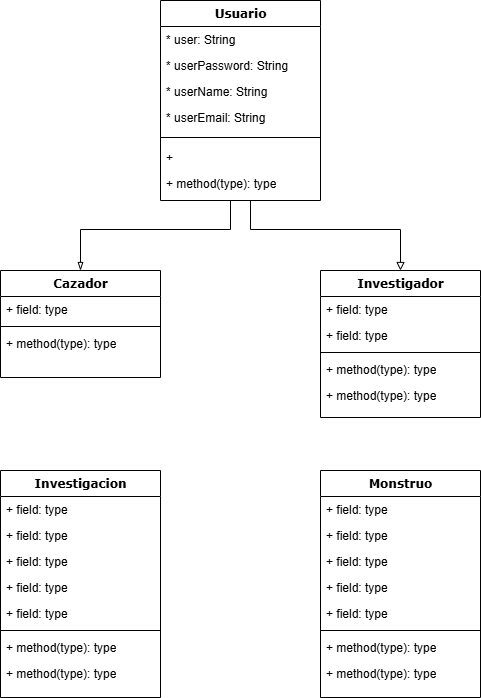
Earlier version of the draw.io export images/diagrama-de-clases.drawio.png (eduardosmoralesglez/diario-del-cazador-mhw). Source tidied: cells renumbered, new cells last; positions are measured from the earlier drawing's top-left corner, leaving out a move shared by most shapes.
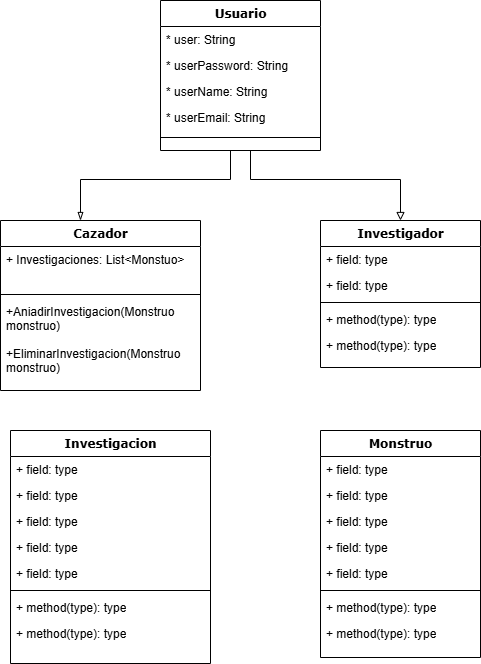
The same diagram one commit later.

What changed in the source:
```diff
@@ -19,7 +19,7 @@
       </mxGeometry>
     </mxCell>
     <mxCell id="4" value="Usuario" style="swimlane;html=1;fontStyle=1;align=center;verticalAlign=top;horizontal=1;startSize=26;swimlaneFillColor=#ffffff;rounded=0;shadow=0;comic=0;labelBackgroundColor=none;strokeWidth=1;fillColor=none;fontFamily=Verdana;fontSize=12;" parent="1" vertex="1">
-      <mxGeometry x="160" width="160" height="200" as="geometry" />
+      <mxGeometry x="160" y="50" width="160" height="150" as="geometry" />
     </mxCell>
     <mxCell id="5" value="* user: String" style="text;html=1;strokeColor=none;fillColor=none;align=left;verticalAlign=top;spacingLeft=4;spacingRight=4;whiteSpace=wrap;overflow=hidden;" parent="4" vertex="1">
       <mxGeometry y="26" width="160" height="26" as="geometry" />
@@ -36,24 +36,21 @@
     <mxCell id="9" style="line;html=1;strokeWidth=1;fillColor=none;align=left;verticalAlign=middle;spacingTop=-1;spacingLeft=3;spacingRight=3;labelPosition=right;" parent="4" vertex="1">
       <mxGeometry y="130" width="160" height="14" as="geometry" />
     </mxCell>
-    <mxCell id="10" value="+&amp;nbsp;" style="text;html=1;strokeColor=none;fillColor=none;align=left;verticalAlign=top;spacingLeft=4;spacingRight=4;whiteSpace=wrap;overflow=hidden;" parent="4" vertex="1">
-      <mxGeometry y="144" width="160" height="26" as="geometry" />
-    </mxCell>
-    <mxCell id="11" value="+ method(type): type" style="text;html=1;strokeColor=none;fillColor=none;align=left;verticalAlign=top;spacingLeft=4;spacingRight=4;whiteSpace=wrap;overflow=hidden;" parent="4" vertex="1">
-      <mxGeometry y="170" width="160" height="26" as="geometry" />
-    </mxCell>
     <mxCell id="12" value="Cazador" style="swimlane;html=1;fontStyle=1;align=center;verticalAlign=top;horizontal=1;startSize=26;swimlaneFillColor=#ffffff;rounded=0;shadow=0;comic=0;labelBackgroundColor=none;strokeWidth=1;fillColor=none;fontFamily=Verdana;fontSize=12;" parent="1" vertex="1">
-      <mxGeometry y="270" width="160" height="107" as="geometry" />
+      <mxGeometry y="270" width="200" height="170" as="geometry" />
     </mxCell>
-    <mxCell id="13" value="+ field: type" style="text;html=1;strokeColor=none;fillColor=none;align=left;verticalAlign=top;spacingLeft=4;spacingRight=4;whiteSpace=wrap;overflow=hidden;" parent="12" vertex="1">
-      <mxGeometry y="26" width="160" height="26" as="geometry" />
+    <mxCell id="13" value="+ Investigaciones: List&amp;lt;Monstuo&amp;gt;" style="text;html=1;strokeColor=none;fillColor=none;align=left;verticalAlign=top;spacingLeft=4;spacingRight=4;whiteSpace=wrap;overflow=hidden;" parent="12" vertex="1">
+      <mxGeometry y="26" width="200" height="44" as="geometry" />
     </mxCell>
     <mxCell id="14" style="line;html=1;strokeWidth=1;fillColor=none;align=left;verticalAlign=middle;spacingTop=-1;spacingLeft=3;spacingRight=3;labelPosition=right;" parent="12" vertex="1">
-      <mxGeometry y="52" width="160" height="8" as="geometry" />
+      <mxGeometry y="70" width="200" height="8" as="geometry" />
     </mxCell>
-    <mxCell id="15" value="+ method(type): type" style="text;html=1;strokeColor=none;fillColor=none;align=left;verticalAlign=top;spacingLeft=4;spacingRight=4;whiteSpace=wrap;overflow=hidden;" parent="12" vertex="1">
-      <mxGeometry y="60" width="160" height="26" as="geometry" />
+    <mxCell id="15" value="+AniadirInvestigacion(Monstruo monstruo)" style="text;html=1;strokeColor=none;fillColor=none;align=left;verticalAlign=top;spacingLeft=4;spacingRight=4;whiteSpace=wrap;overflow=hidden;" parent="12" vertex="1">
+      <mxGeometry y="78" width="200" height="42" as="geometry" />
     </mxCell>
+    <mxCell id="40" value="+EliminarInvestigacion(Monstruo monstruo)" style="text;html=1;strokeColor=none;fillColor=none;align=left;verticalAlign=top;spacingLeft=4;spacingRight=4;whiteSpace=wrap;overflow=hidden;" parent="12" vertex="1">
+      <mxGeometry y="120" width="200" height="42" as="geometry" />
+    </mxCell>
     <mxCell id="16" value="Investigador" style="swimlane;html=1;fontStyle=1;align=center;verticalAlign=top;horizontal=1;startSize=26;swimlaneFillColor=#ffffff;rounded=0;shadow=0;comic=0;labelBackgroundColor=none;strokeWidth=1;fillColor=none;fontFamily=Verdana;fontSize=12;" parent="1" vertex="1">
       <mxGeometry x="320" y="270" width="160" height="147" as="geometry" />
     </mxCell>
@@ -73,34 +70,34 @@
       <mxGeometry y="112" width="160" height="26" as="geometry" />
     </mxCell>
     <mxCell id="22" value="Investigacion" style="swimlane;html=1;fontStyle=1;align=center;verticalAlign=top;horizontal=1;startSize=26;swimlaneFillColor=#ffffff;rounded=0;shadow=0;comic=0;labelBackgroundColor=none;strokeWidth=1;fillColor=none;fontFamily=Verdana;fontSize=12;" parent="1" vertex="1">
-      <mxGeometry y="470" width="160" height="227" as="geometry" />
+      <mxGeometry x="10" y="480" width="200" height="233" as="geometry" />
     </mxCell>
     <mxCell id="23" value="+ field: type" style="text;html=1;strokeColor=none;fillColor=none;align=left;verticalAlign=top;spacingLeft=4;spacingRight=4;whiteSpace=wrap;overflow=hidden;" parent="22" vertex="1">
-      <mxGeometry y="26" width="160" height="26" as="geometry" />
+      <mxGeometry y="26" width="200" height="26" as="geometry" />
     </mxCell>
     <mxCell id="24" value="+ field: type" style="text;html=1;strokeColor=none;fillColor=none;align=left;verticalAlign=top;spacingLeft=4;spacingRight=4;whiteSpace=wrap;overflow=hidden;" parent="22" vertex="1">
-      <mxGeometry y="52" width="160" height="26" as="geometry" />
+      <mxGeometry y="52" width="200" height="26" as="geometry" />
     </mxCell>
     <mxCell id="25" value="+ field: type" style="text;html=1;strokeColor=none;fillColor=none;align=left;verticalAlign=top;spacingLeft=4;spacingRight=4;whiteSpace=wrap;overflow=hidden;" parent="22" vertex="1">
-      <mxGeometry y="78" width="160" height="26" as="geometry" />
+      <mxGeometry y="78" width="200" height="26" as="geometry" />
     </mxCell>
     <mxCell id="26" value="+ field: type" style="text;html=1;strokeColor=none;fillColor=none;align=left;verticalAlign=top;spacingLeft=4;spacingRight=4;whiteSpace=wrap;overflow=hidden;" parent="22" vertex="1">
-      <mxGeometry y="104" width="160" height="26" as="geometry" />
+      <mxGeometry y="104" width="200" height="26" as="geometry" />
     </mxCell>
     <mxCell id="27" value="+ field: type" style="text;html=1;strokeColor=none;fillColor=none;align=left;verticalAlign=top;spacingLeft=4;spacingRight=4;whiteSpace=wrap;overflow=hidden;" parent="22" vertex="1">
-      <mxGeometry y="130" width="160" height="26" as="geometry" />
+      <mxGeometry y="130" width="200" height="26" as="geometry" />
     </mxCell>
     <mxCell id="28" style="line;html=1;strokeWidth=1;fillColor=none;align=left;verticalAlign=middle;spacingTop=-1;spacingLeft=3;spacingRight=3;labelPosition=right;" parent="22" vertex="1">
-      <mxGeometry y="156" width="160" height="8" as="geometry" />
+      <mxGeometry y="156" width="200" height="8" as="geometry" />
     </mxCell>
     <mxCell id="29" value="+ method(type): type" style="text;html=1;strokeColor=none;fillColor=none;align=left;verticalAlign=top;spacingLeft=4;spacingRight=4;whiteSpace=wrap;overflow=hidden;" parent="22" vertex="1">
-      <mxGeometry y="164" width="160" height="26" as="geometry" />
+      <mxGeometry y="164" width="200" height="26" as="geometry" />
     </mxCell>
     <mxCell id="30" value="+ method(type): type" style="text;html=1;strokeColor=none;fillColor=none;align=left;verticalAlign=top;spacingLeft=4;spacingRight=4;whiteSpace=wrap;overflow=hidden;" parent="22" vertex="1">
-      <mxGeometry y="190" width="160" height="26" as="geometry" />
+      <mxGeometry y="190" width="200" height="26" as="geometry" />
     </mxCell>
     <mxCell id="31" value="Monstruo" style="swimlane;html=1;fontStyle=1;align=center;verticalAlign=top;horizontal=1;startSize=26;swimlaneFillColor=#ffffff;rounded=0;shadow=0;comic=0;labelBackgroundColor=none;strokeWidth=1;fillColor=none;fontFamily=Verdana;fontSize=12;" parent="1" vertex="1">
-      <mxGeometry x="320" y="470" width="160" height="227" as="geometry" />
+      <mxGeometry x="320" y="480" width="160" height="227" as="geometry" />
     </mxCell>
     <mxCell id="32" value="+ field: type" style="text;html=1;strokeColor=none;fillColor=none;align=left;verticalAlign=top;spacingLeft=4;spacingRight=4;whiteSpace=wrap;overflow=hidden;" parent="31" vertex="1">
       <mxGeometry y="26" width="160" height="26" as="geometry" />
```
